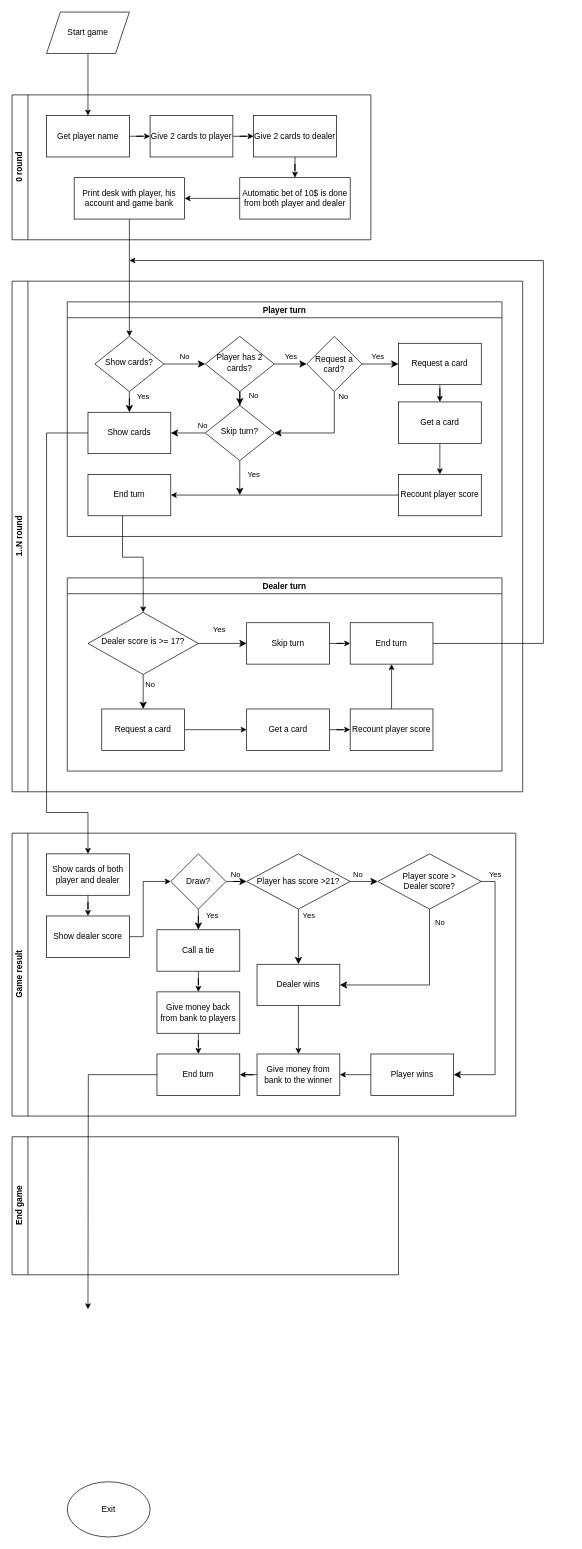
PrimusInterPares/BlackJack-game keeps this draw.io diagram as Diagrams/Game_flow.drawio. Above is the earlier version. Source tidied: cells renumbered, new cells numbered last; positions are measured from the earlier drawing's top-left corner, leaving out a move shared by most shapes. Both pictures are drawn from the tidied source at 69%, with x=0, y=0 at pixel (12, 12).
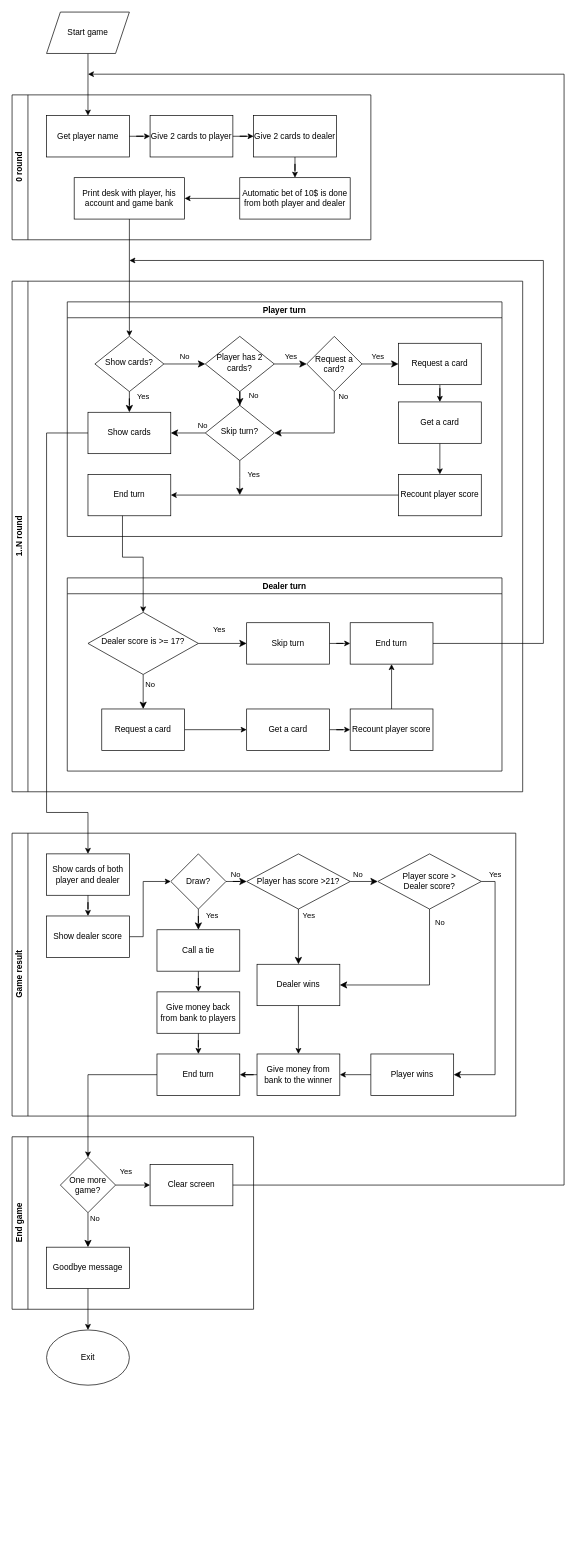
Above is the later version.

Commit message:
Add End game turn into Game_flow diagram

The change refers to these unchanged cells:
```xml
<mxCell id="56" value="Game result" style="swimlane;horizontal=0;whiteSpace=wrap;html=1;" parent="1" vertex="1">
  <mxGeometry y="1190" width="730" height="410" as="geometry" />
</mxCell>
<mxCell id="68" value="End turn" style="rounded=0;whiteSpace=wrap;html=1;" parent="56" vertex="1">
  <mxGeometry x="210" y="320" width="120" height="60" as="geometry" />
</mxCell>
```

What changed in the source:
```diff
@@
     <mxCell id="2" value="Exit" style="ellipse;whiteSpace=wrap;html=1;" parent="1" vertex="1">
-      <mxGeometry x="80" y="2130" width="120" height="80" as="geometry" />
+      <mxGeometry x="50" y="1910" width="120" height="80" as="geometry" />
     </mxCell>
@@
-    <mxCell id="67" style="edgeStyle=orthogonalEdgeStyle;rounded=0;jettySize=auto;html=1;" parent="56" edge="1" source="68">
-      <mxGeometry relative="1" as="geometry">
-        <mxPoint x="110" y="690" as="targetPoint" />
-      </mxGeometry>
-    </mxCell>
@@
     <mxCell id="83" value="End game" style="swimlane;horizontal=0;whiteSpace=wrap;html=1;" parent="1" vertex="1">
-      <mxGeometry y="1630" width="560" height="200" as="geometry" />
+      <mxGeometry y="1630" width="350" height="250" as="geometry" />
     </mxCell>
+    <mxCell id="84" style="edgeStyle=orthogonalEdgeStyle;rounded=0;jettySize=auto;html=1;" parent="83" edge="1" source="86" target="87">
+      <mxGeometry relative="1" as="geometry" />
+    </mxCell>
+    <mxCell id="85" value="Yes" style="edgeLabel;html=1;align=center;verticalAlign=middle;" parent="84" vertex="1">
+      <mxGeometry x="-0.43" y="-6" relative="1" as="geometry">
+        <mxPoint y="-26" as="offset" />
+      </mxGeometry>
+    </mxCell>
+    <mxCell id="86" value="One more game?" style="rhombus;whiteSpace=wrap;html=1;" parent="83" vertex="1">
+      <mxGeometry x="70" y="30" width="80" height="80" as="geometry" />
+    </mxCell>
+    <mxCell id="87" value="Clear screen" style="rounded=0;whiteSpace=wrap;html=1;" parent="83" vertex="1">
+      <mxGeometry x="200" y="40" width="120" height="60" as="geometry" />
+    </mxCell>
+    <mxCell id="88" value="Goodbye message" style="rounded=0;whiteSpace=wrap;html=1;" parent="83" vertex="1">
+      <mxGeometry x="50" y="160" width="120" height="60" as="geometry" />
+    </mxCell>
+    <mxCell id="89" value="No" style="rounded=0;html=1;jettySize=auto;fontSize=11;endArrow=classic;endFill=1;endSize=8;strokeWidth=1;shadow=0;labelBackgroundColor=none;edgeStyle=orthogonalEdgeStyle;" parent="83" edge="1" source="86" target="88">
+      <mxGeometry x="-0.67" y="10" relative="1" as="geometry" />
+    </mxCell>
+    <mxCell id="67" style="edgeStyle=orthogonalEdgeStyle;rounded=0;jettySize=auto;html=1;" parent="1" edge="1" source="68" target="86">
+      <mxGeometry relative="1" as="geometry" />
+    </mxCell>
+    <mxCell id="90" style="edgeStyle=orthogonalEdgeStyle;rounded=0;jettySize=auto;html=1;" parent="1" edge="1" source="87">
+      <mxGeometry relative="1" as="geometry">
+        <mxPoint x="110" y="90" as="targetPoint" />
+        <Array as="points">
+          <mxPoint x="200" y="1700" />
+          <mxPoint x="800" y="1700" />
+          <mxPoint x="800" y="90" />
+        </Array>
+      </mxGeometry>
+    </mxCell>
+    <mxCell id="91" style="edgeStyle=orthogonalEdgeStyle;rounded=0;jettySize=auto;html=1;" parent="1" edge="1" source="88" target="2">
+      <mxGeometry relative="1" as="geometry" />
+    </mxCell>
```
